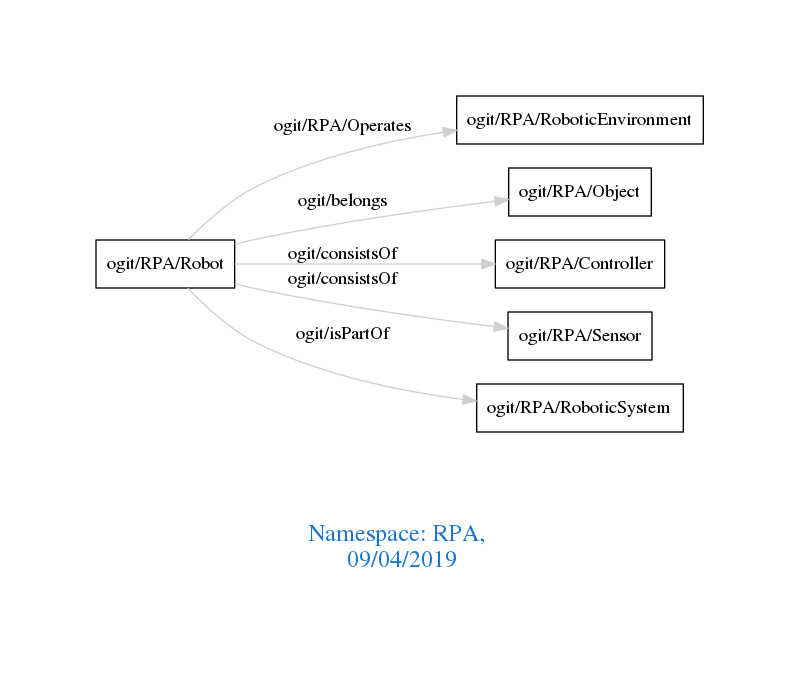
Above: downloads/RPA.png in arago/OGIT (Graphviz), before the change. Its source is kept beside it as downloads/RPA.dot.
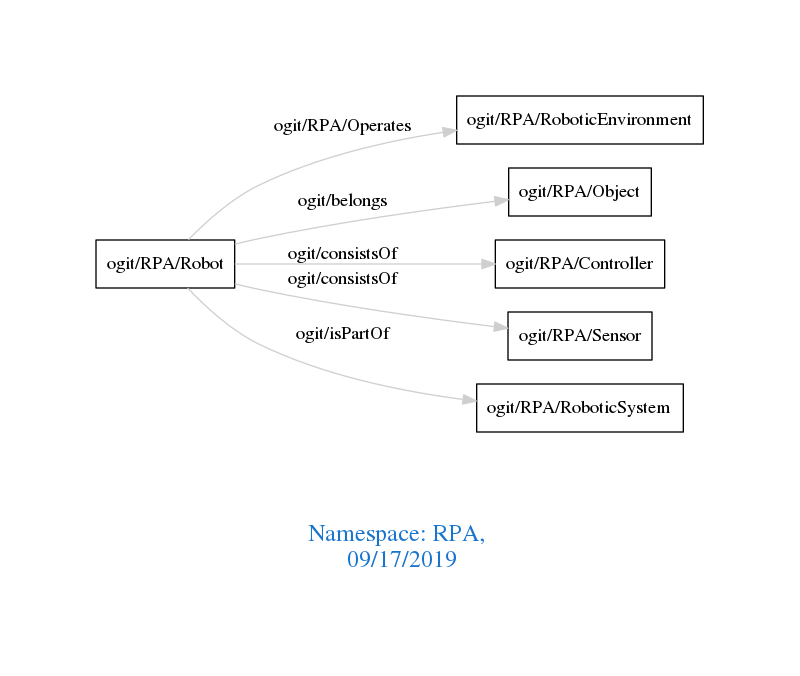
After the commit.

The edit, as a diff of the source:
```diff
@@ -1,7 +1,7 @@
 digraph OGIT_ontology {
  graph [ rankdir= LR,pad=1
 fontsize = 18,
-fontcolor= dodgerblue3,label = "\n\n\nNamespace: RPA, \n 09/04/2019"];
+fontcolor= dodgerblue3,label = "\n\n\nNamespace: RPA, \n 09/17/2019"];
 node[shape=polygon];
 edge [  color="gray81"];
 
```
